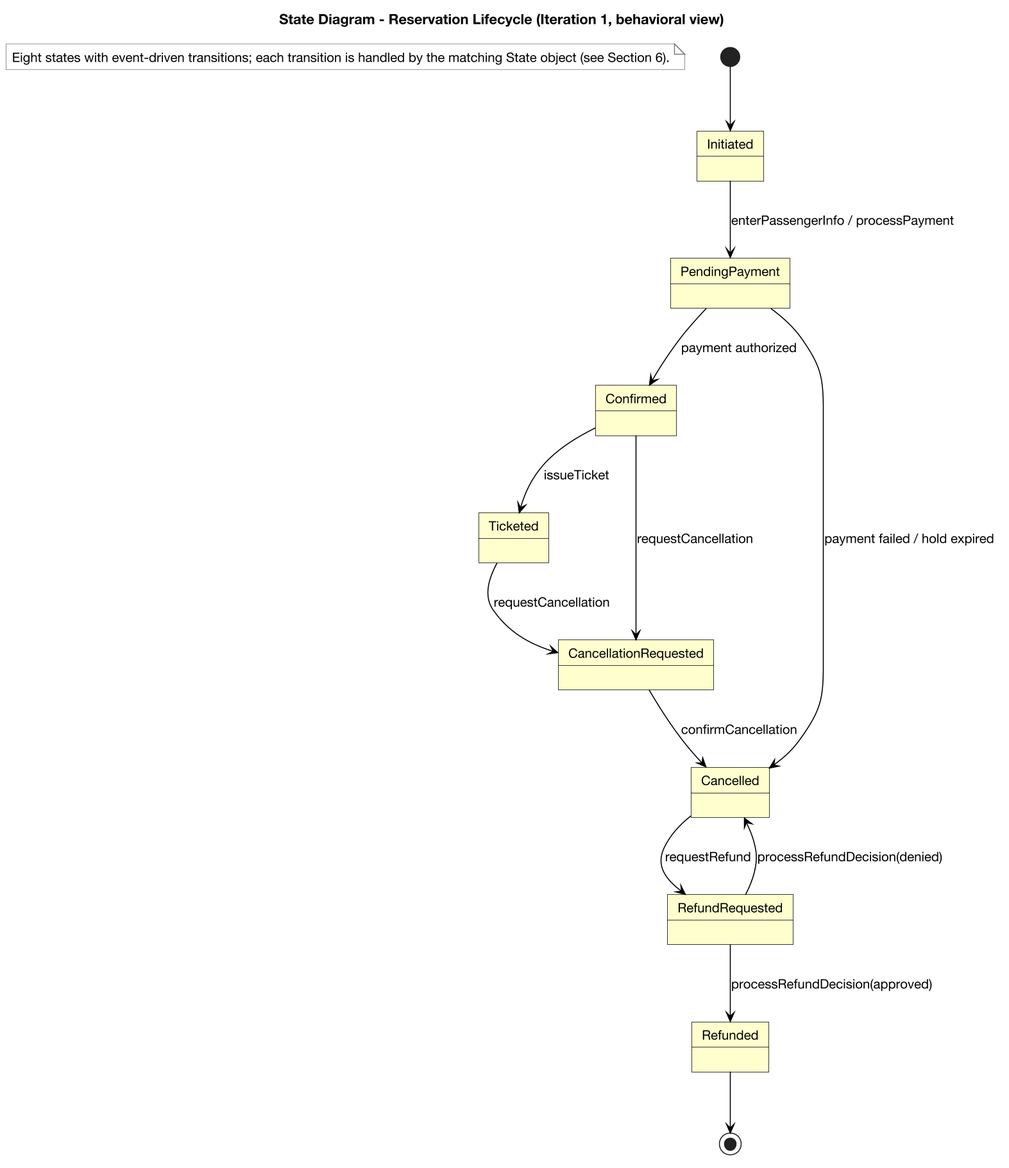
Earlier version of the PlantUML export docs/diagrams/iter4-puml/behav/state-reservation-lifecycle.png (gimjungwook/KoreanAirReservationDomain).
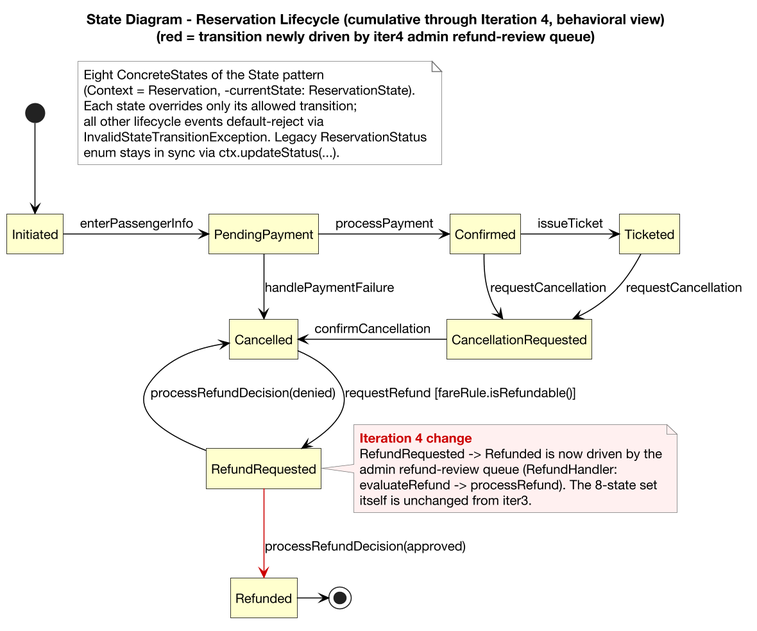
The same file after the commit.

Diff of the diagram source:
```diff
@@ -21,19 +21,39 @@
 skinparam LifelineBorderColor #000000
 skinparam noteBackgroundColor #FFFFFF
 skinparam noteBorderColor #777777
+hide empty description
+skinparam ranksep 48
+skinparam nodesep 32
 
-title State Diagram - Reservation Lifecycle (Iteration 1, behavioral view)
-[*] --> Initiated
-Initiated --> PendingPayment : enterPassengerInfo / processPayment
-PendingPayment --> Confirmed : payment authorized
-PendingPayment --> Cancelled : payment failed / hold expired
-Confirmed --> Ticketed : issueTicket
-Confirmed --> CancellationRequested : requestCancellation
-Ticketed --> CancellationRequested : requestCancellation
-CancellationRequested --> Cancelled : confirmCancellation
-Cancelled --> RefundRequested : requestRefund
-RefundRequested --> Refunded : processRefundDecision(approved)
-RefundRequested --> Cancelled : processRefundDecision(denied)
-Refunded --> [*]
-note "Eight states with event-driven transitions; each transition is handled by the matching State object (see Section 6)." as N1
+title State Diagram - Reservation Lifecycle (cumulative through Iteration 4, behavioral view)\n(red = transition newly driven by iter4 admin refund-review queue)
+
+[*] -down-> Initiated
+Initiated -right-> PendingPayment : enterPassengerInfo
+PendingPayment -right-> Confirmed : processPayment
+PendingPayment -down-> Cancelled : handlePaymentFailure
+Confirmed -right-> Ticketed : issueTicket
+Confirmed -down-> CancellationRequested : requestCancellation
+Ticketed -down-> CancellationRequested : requestCancellation
+CancellationRequested -left-> Cancelled : confirmCancellation
+Cancelled -down-> RefundRequested : requestRefund [fareRule.isRefundable()]
+RefundRequested -[#CC0000]-> Refunded : processRefundDecision(approved)
+RefundRequested -left-> Cancelled : processRefundDecision(denied)
+Refunded -right-> [*]
+
+note as N1
+  Eight ConcreteStates of the State pattern
+  (Context = Reservation, -currentState: ReservationState).
+  Each state overrides only its allowed transition;
+  all other lifecycle events default-reject via
+  InvalidStateTransitionException. Legacy ReservationStatus
+  enum stays in sync via ctx.updateStatus(...).
+end note
+
+note right of RefundRequested #FFF0F0
+  <b><color:#CC0000>Iteration 4 change</color></b>
+  RefundRequested -> Refunded is now driven by the
+  admin refund-review queue (RefundHandler:
+  evaluateRefund -> processRefund). The 8-state set
+  itself is unchanged from iter3.
+end note
 @enduml
```
